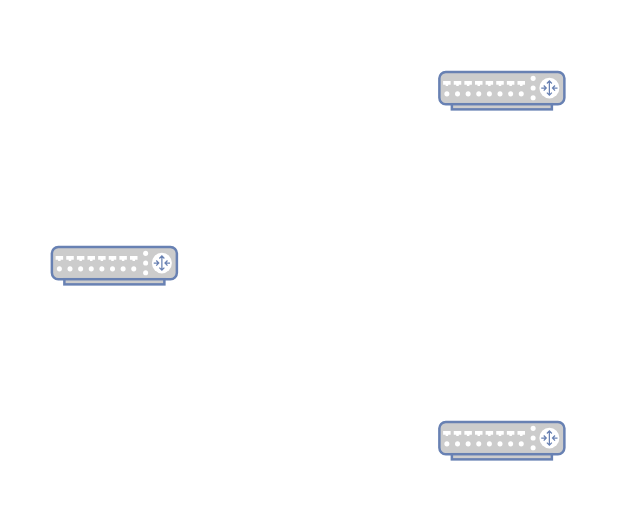
The draw.io diagram page "Before" (1 of 2) of Activity Dismount Module R7.TJAP.ME-TSEL.1 TTC Jayapura.drawio in TimunTimur/sirotan, before the edit. Source tidied: cells renumbered, new cells numbered last; positions are measured from the earlier drawing's top-left corner, leaving out a move shared by most shapes. Both pictures are drawn from the tidied source at 125%, with x=0, y=0 at pixel (51, 71).
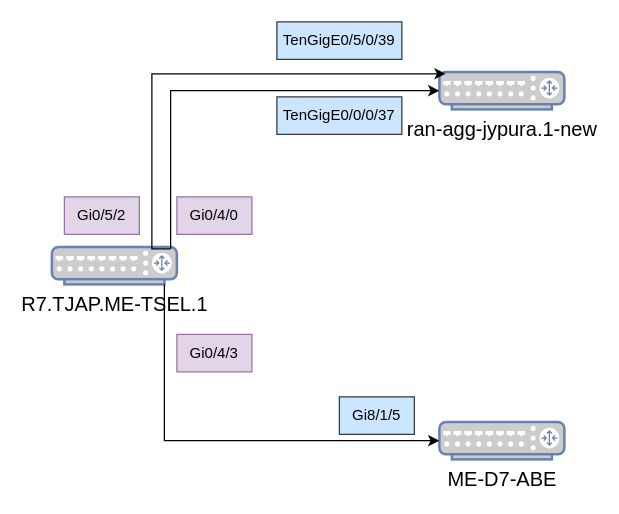
After the change.

The edit, as a diff of the source:
```diff
@@
 <mxGraphModel>
   <root>
     <mxCell id="0" />
     <mxCell id="1" parent="0" />
-    <mxCell id="2" style="fontColor=#0066CC;verticalAlign=top;verticalLabelPosition=bottom;labelPosition=center;align=center;html=1;outlineConnect=0;fillColor=#CCCCCC;strokeColor=#6881B3;gradientColor=none;gradientDirection=north;strokeWidth=2;shape=mxgraph.networks.router;" parent="1" vertex="1">
+    <mxCell id="2" value="&lt;font style=&quot;font-size: 16px;&quot; color=&quot;#000000&quot;&gt;R7.TJAP.ME-TSEL.1&lt;/font&gt;" style="fontColor=#0066CC;verticalAlign=top;verticalLabelPosition=bottom;labelPosition=center;align=center;html=1;outlineConnect=0;fillColor=#CCCCCC;strokeColor=#6881B3;gradientColor=none;gradientDirection=north;strokeWidth=2;shape=mxgraph.networks.router;" parent="1" vertex="1">
       <mxGeometry y="140" width="100" height="30" as="geometry" />
     </mxCell>
-    <mxCell id="3" style="fontColor=#0066CC;verticalAlign=top;verticalLabelPosition=bottom;labelPosition=center;align=center;html=1;outlineConnect=0;fillColor=#CCCCCC;strokeColor=#6881B3;gradientColor=none;gradientDirection=north;strokeWidth=2;shape=mxgraph.networks.router;" parent="1" vertex="1">
+    <mxCell id="3" value="&lt;font color=&quot;#000000&quot; style=&quot;font-size: 16px;&quot;&gt;ran-agg-jypura.1-new&lt;/font&gt;" style="fontColor=#0066CC;verticalAlign=top;verticalLabelPosition=bottom;labelPosition=center;align=center;html=1;outlineConnect=0;fillColor=#CCCCCC;strokeColor=#6881B3;gradientColor=none;gradientDirection=north;strokeWidth=2;shape=mxgraph.networks.router;" parent="1" vertex="1">
       <mxGeometry x="310" width="100" height="30" as="geometry" />
     </mxCell>
-    <mxCell id="4" style="fontColor=#0066CC;verticalAlign=top;verticalLabelPosition=bottom;labelPosition=center;align=center;html=1;outlineConnect=0;fillColor=#CCCCCC;strokeColor=#6881B3;gradientColor=none;gradientDirection=north;strokeWidth=2;shape=mxgraph.networks.router;" parent="1" vertex="1">
+    <mxCell id="4" value="&lt;font color=&quot;#000000&quot; style=&quot;font-size: 16px;&quot;&gt;ME-D7-ABE&lt;/font&gt;" style="fontColor=#0066CC;verticalAlign=top;verticalLabelPosition=bottom;labelPosition=center;align=center;html=1;outlineConnect=0;fillColor=#CCCCCC;strokeColor=#6881B3;gradientColor=none;gradientDirection=north;strokeWidth=2;shape=mxgraph.networks.router;" parent="1" vertex="1">
       <mxGeometry x="310" y="280" width="100" height="30" as="geometry" />
     </mxCell>
+    <mxCell id="5" style="edgeStyle=orthogonalEdgeStyle;rounded=0;jettySize=auto;html=1;exitX=0.95;exitY=0.05;exitDx=0;exitDy=0;exitPerimeter=0;entryX=0;entryY=0.5;entryDx=0;entryDy=0;entryPerimeter=0;" parent="1" edge="1" source="2" target="3">
+      <mxGeometry relative="1" as="geometry">
+        <Array as="points">
+          <mxPoint x="95" y="15" />
+        </Array>
+      </mxGeometry>
+    </mxCell>
+    <mxCell id="6" style="edgeStyle=orthogonalEdgeStyle;rounded=0;jettySize=auto;html=1;exitX=0.9;exitY=1;exitDx=0;exitDy=0;exitPerimeter=0;entryX=0;entryY=0.5;entryDx=0;entryDy=0;entryPerimeter=0;" parent="1" edge="1" source="2" target="4">
+      <mxGeometry relative="1" as="geometry" />
+    </mxCell>
+    <mxCell id="7" style="edgeStyle=orthogonalEdgeStyle;rounded=0;jettySize=auto;html=1;exitX=0.95;exitY=0.05;exitDx=0;exitDy=0;exitPerimeter=0;entryX=0.05;entryY=0.05;entryDx=0;entryDy=0;entryPerimeter=0;" parent="1" edge="1" source="2" target="3">
+      <mxGeometry relative="1" as="geometry">
+        <Array as="points">
+          <mxPoint x="80" y="142" />
+          <mxPoint x="80" y="2" />
+        </Array>
+      </mxGeometry>
+    </mxCell>
+    <mxCell id="8" value="Gi8/1/5" style="text;strokeColor=#36393d;align=center;fillColor=#cce5ff;html=1;verticalAlign=middle;whiteSpace=wrap;rounded=0;" parent="1" vertex="1">
+      <mxGeometry x="230" y="260" width="60" height="30" as="geometry" />
+    </mxCell>
+    <mxCell id="9" value="Gi0/4/3" style="text;strokeColor=#9673a6;align=center;fillColor=#e1d5e7;html=1;verticalAlign=middle;whiteSpace=wrap;rounded=0;" parent="1" vertex="1">
+      <mxGeometry x="100" y="210" width="60" height="30" as="geometry" />
+    </mxCell>
+    <mxCell id="10" value="Gi0/4/0" style="text;strokeColor=#9673a6;align=center;fillColor=#e1d5e7;html=1;verticalAlign=middle;whiteSpace=wrap;rounded=0;" parent="1" vertex="1">
+      <mxGeometry x="100" y="100" width="60" height="30" as="geometry" />
+    </mxCell>
+    <mxCell id="11" value="TenGigE0/0/0/37" style="text;align=center;html=1;verticalAlign=middle;whiteSpace=wrap;rounded=0;fillColor=#cce5ff;strokeColor=#36393d;" parent="1" vertex="1">
+      <mxGeometry x="180" y="20" width="100" height="30" as="geometry" />
+    </mxCell>
+    <mxCell id="12" value="TenGigE0/5/0/39" style="text;align=center;html=1;verticalAlign=middle;whiteSpace=wrap;rounded=0;fillColor=#cce5ff;strokeColor=#36393d;" parent="1" vertex="1">
+      <mxGeometry x="180" y="-40" width="100" height="30" as="geometry" />
+    </mxCell>
+    <mxCell id="13" value="Gi0/5/2" style="text;strokeColor=#9673a6;align=center;fillColor=#e1d5e7;html=1;verticalAlign=middle;whiteSpace=wrap;rounded=0;" parent="1" vertex="1">
+      <mxGeometry x="10" y="100" width="60" height="30" as="geometry" />
+    </mxCell>
   </root>
 </mxGraphModel>
```
